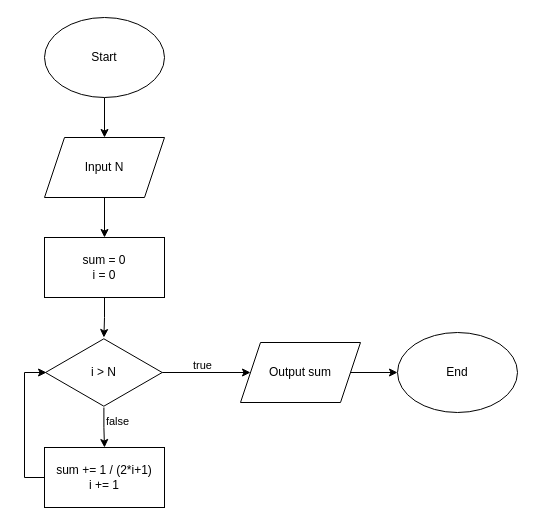
This is page "Bài 5 (a)" (5 of 16) of drawio/Exercises_Week3-5.drawio from HerokeyVN/Temp, a draw.io file, before an edit. Source tidied: cells renumbered, new cells numbered last; positions are measured from the earlier drawing's top-left corner, leaving out a move shared by most shapes. Both pictures are drawn from the tidied source at 100%, with x=0, y=0 at pixel (24, 17).
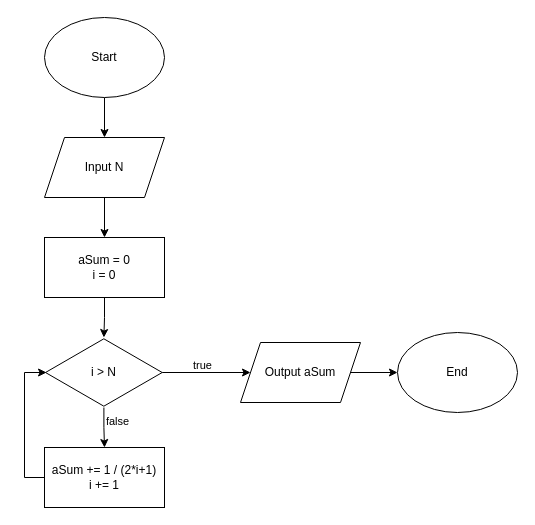
The same diagram, later.

What changed in the source:
```diff
@@
-    <mxCell id="7" value="sum = 0&lt;div&gt;i = 0&lt;/div&gt;" style="whiteSpace=wrap;html=1;" parent="1" vertex="1">
+    <mxCell id="7" value="aSum = 0&lt;div&gt;i = 0&lt;/div&gt;" style="whiteSpace=wrap;html=1;" parent="1" vertex="1">
       <mxGeometry x="20" y="220" width="120" height="60" as="geometry" />
     </mxCell>
@@
-    <mxCell id="13" value="sum += 1 / (2*i+1)&lt;div&gt;i += 1&lt;/div&gt;" style="whiteSpace=wrap;html=1;" parent="1" vertex="1">
+    <mxCell id="13" value="aSum += 1 / (2*i+1)&lt;div&gt;i += 1&lt;/div&gt;" style="whiteSpace=wrap;html=1;" parent="1" vertex="1">
       <mxGeometry x="20" y="430" width="120" height="60" as="geometry" />
     </mxCell>
@@
-    <mxCell id="16" value="Output sum" style="shape=parallelogram;perimeter=parallelogramPerimeter;whiteSpace=wrap;html=1;fixedSize=1;" parent="1" vertex="1">
+    <mxCell id="16" value="Output aSum" style="shape=parallelogram;perimeter=parallelogramPerimeter;whiteSpace=wrap;html=1;fixedSize=1;" parent="1" vertex="1">
       <mxGeometry x="216" y="325" width="120" height="60" as="geometry" />
     </mxCell>
```
